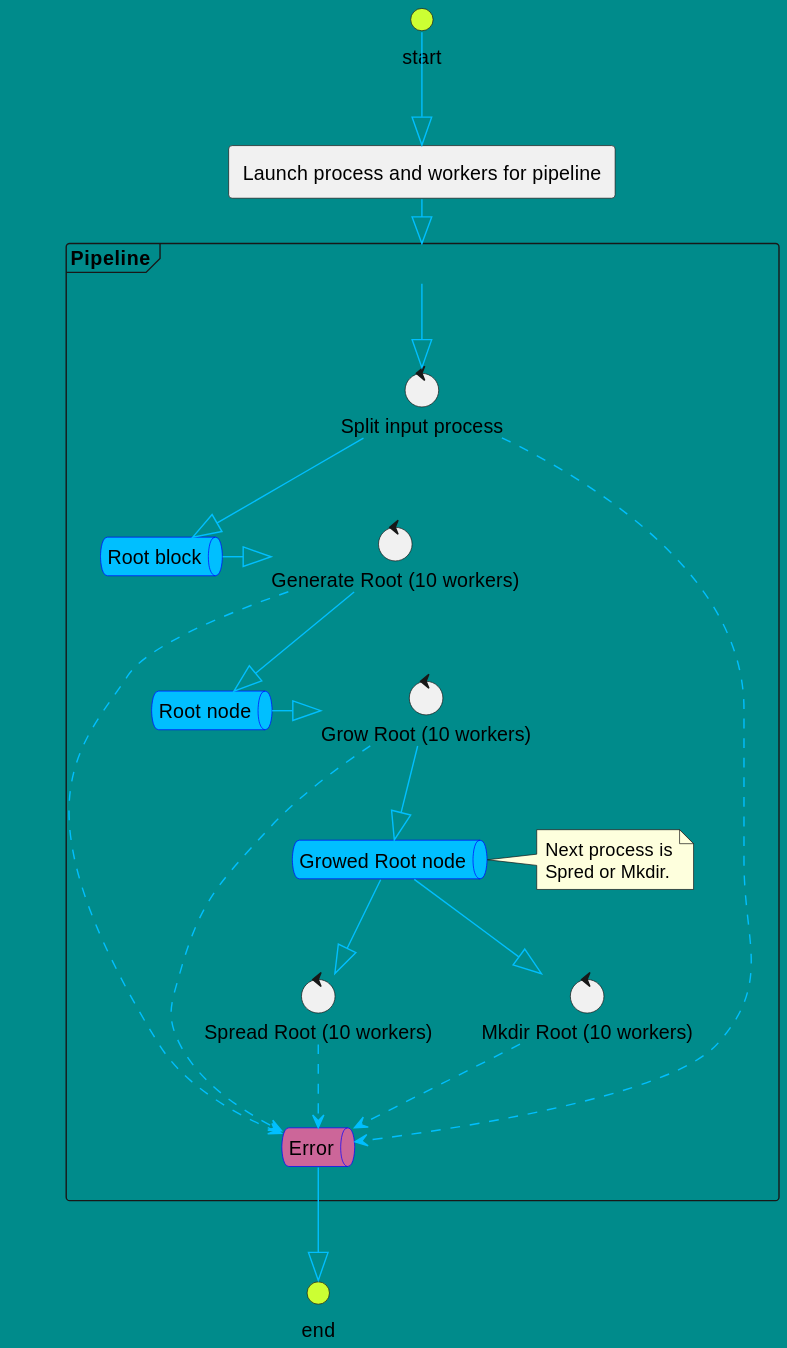
Before: process.svg, a diagram exported from PlantUML (ddddddO/gtree).
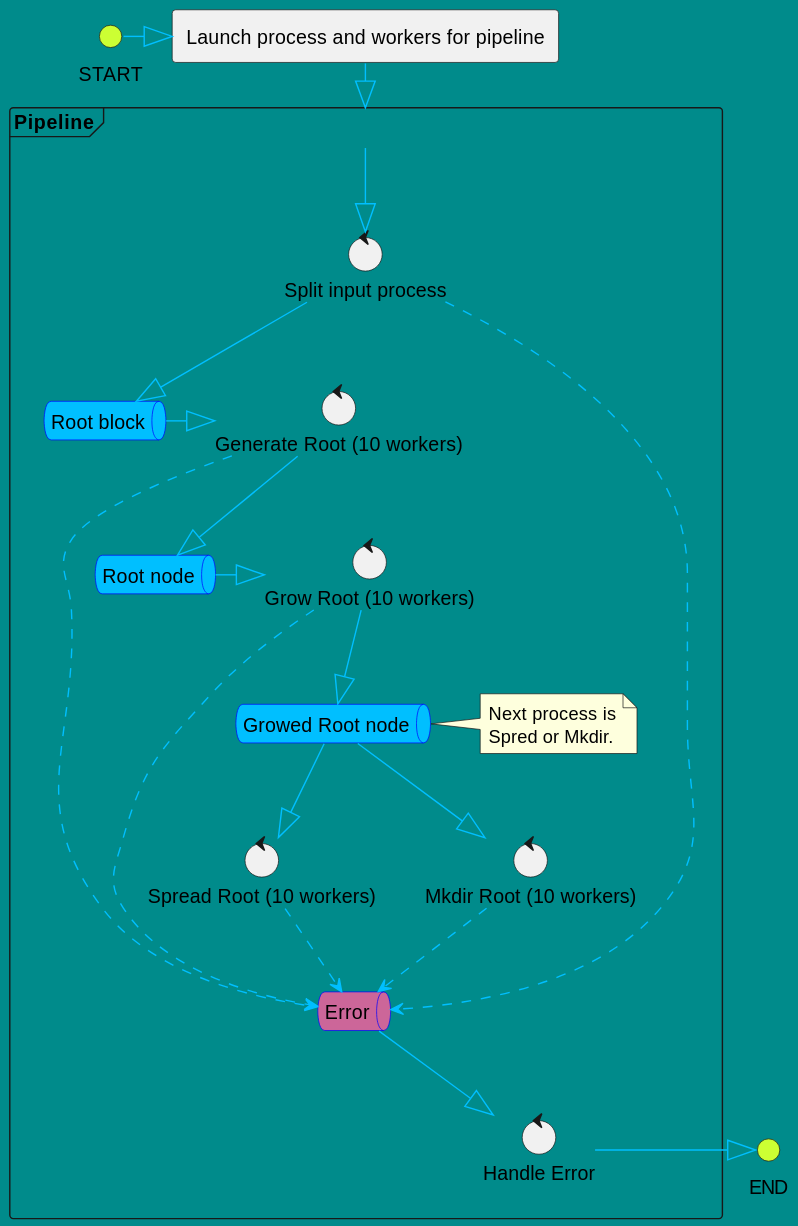
The same diagram one commit later.

Change to the diagram source:
```diff
@@ -10,7 +10,7 @@
 }
 
 
-interface start
+interface "START" as start
 
 [Launch process and workers for pipeline] as init
 
@@ -20,6 +20,7 @@
   control "Grow Root (10 workers)" as grow_worker
   control "Spread Root (10 workers)" as spread_worker
   control "Mkdir Root (10 workers)" as mkdir_worker
+  control "Handle Error" as error_handler
 
   queue "Root block" as split_q
   queue "Root node" as root_q
@@ -31,10 +32,10 @@
   queue Error as err #CC6699
 }
 
-interface end
+interface "END" as end
 
 
-start --|> init
+start -|> init
 init --|> pipeline
 pipeline --|> split_proc
 split_proc --|> split_q
@@ -51,5 +52,6 @@
 spread_worker ..> err
 mkdir_worker ..> err
 
-err --|> end
+err --|> error_handler
+error_handler -|> end
 @enduml
```
